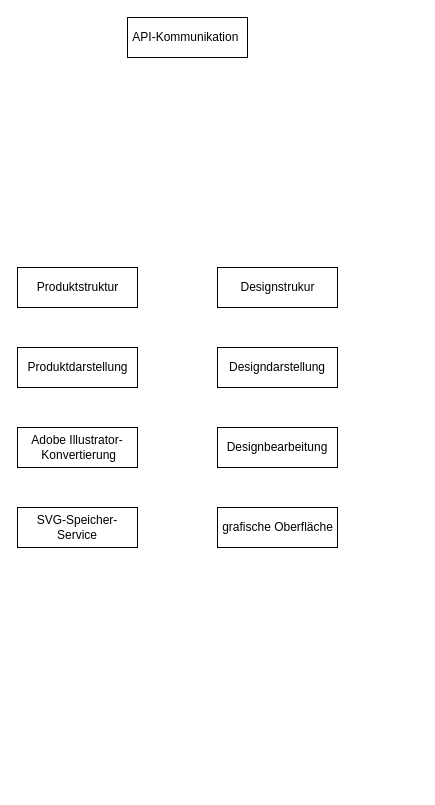
This is Arbeit/diagrams/Komponenten-Übersicht.drawio from albreax/Diplomarbeit, a draw.io file, before an edit. Source tidied: cells renumbered, new cells numbered last; positions are measured from the earlier drawing's top-left corner, leaving out a move shared by most shapes. Both pictures are drawn from the tidied source at 100%, with x=0, y=0 at pixel (17, 17).
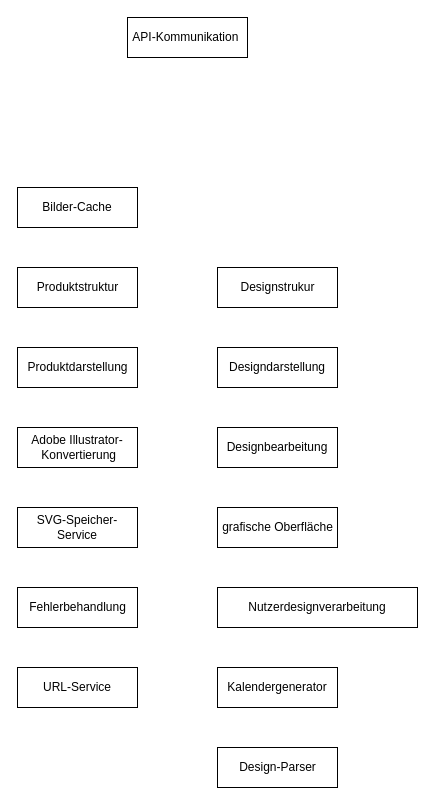
After the change.

Change to the diagram source:
```diff
@@
 <mxGraphModel>
   <root>
     <mxCell id="0" />
     <mxCell id="1" parent="0" />
     <mxCell id="2" value="Produktdarstellung" style="html=1;" parent="1" vertex="1">
       <mxGeometry y="330" width="120" height="40" as="geometry" />
     </mxCell>
     <mxCell id="3" value="Designdarstellung" style="rounded=0;whiteSpace=wrap;html=1;" parent="1" vertex="1">
       <mxGeometry x="200" y="330" width="120" height="40" as="geometry" />
     </mxCell>
     <mxCell id="4" value="Designstrukur" style="html=1;" parent="1" vertex="1">
       <mxGeometry x="200" y="250" width="120" height="40" as="geometry" />
     </mxCell>
     <mxCell id="5" value="Produktstruktur" style="html=1;" parent="1" vertex="1">
       <mxGeometry y="250" width="120" height="40" as="geometry" />
     </mxCell>
     <mxCell id="6" value="API-Kommunikation&amp;nbsp;" style="rounded=0;whiteSpace=wrap;html=1;" parent="1" vertex="1">
       <mxGeometry x="110" width="120" height="40" as="geometry" />
     </mxCell>
     <mxCell id="7" value="Designbearbeitung" style="rounded=0;whiteSpace=wrap;html=1;" parent="1" vertex="1">
       <mxGeometry x="200" y="410" width="120" height="40" as="geometry" />
     </mxCell>
     <mxCell id="8" value="Adobe Illustrator- &amp;nbsp;Konvertierung" style="rounded=0;whiteSpace=wrap;html=1;" parent="1" vertex="1">
       <mxGeometry y="410" width="120" height="40" as="geometry" />
     </mxCell>
     <mxCell id="9" value="SVG-Speicher-Service" style="rounded=0;whiteSpace=wrap;html=1;" parent="1" vertex="1">
       <mxGeometry y="490" width="120" height="40" as="geometry" />
     </mxCell>
     <mxCell id="10" value="grafische Oberfläche" style="html=1;" parent="1" vertex="1">
       <mxGeometry x="200" y="490" width="120" height="40" as="geometry" />
     </mxCell>
+    <mxCell id="11" value="Nutzerdesignverarbeitung" style="rounded=0;whiteSpace=wrap;html=1;" parent="1" vertex="1">
+      <mxGeometry x="200" y="570" width="200" height="40" as="geometry" />
+    </mxCell>
+    <mxCell id="12" value="Kalendergenerator" style="rounded=0;whiteSpace=wrap;html=1;" parent="1" vertex="1">
+      <mxGeometry x="200" y="650" width="120" height="40" as="geometry" />
+    </mxCell>
+    <mxCell id="13" value="Fehlerbehandlung" style="html=1;" parent="1" vertex="1">
+      <mxGeometry y="570" width="120" height="40" as="geometry" />
+    </mxCell>
+    <mxCell id="14" value="Bilder-Cache" style="rounded=0;whiteSpace=wrap;html=1;" parent="1" vertex="1">
+      <mxGeometry y="170" width="120" height="40" as="geometry" />
+    </mxCell>
+    <mxCell id="15" value="URL-Service" style="rounded=0;whiteSpace=wrap;html=1;" parent="1" vertex="1">
+      <mxGeometry y="650" width="120" height="40" as="geometry" />
+    </mxCell>
+    <mxCell id="16" value="Design-Parser" style="html=1;" parent="1" vertex="1">
+      <mxGeometry x="200" y="730" width="120" height="40" as="geometry" />
+    </mxCell>
   </root>
 </mxGraphModel>
```
